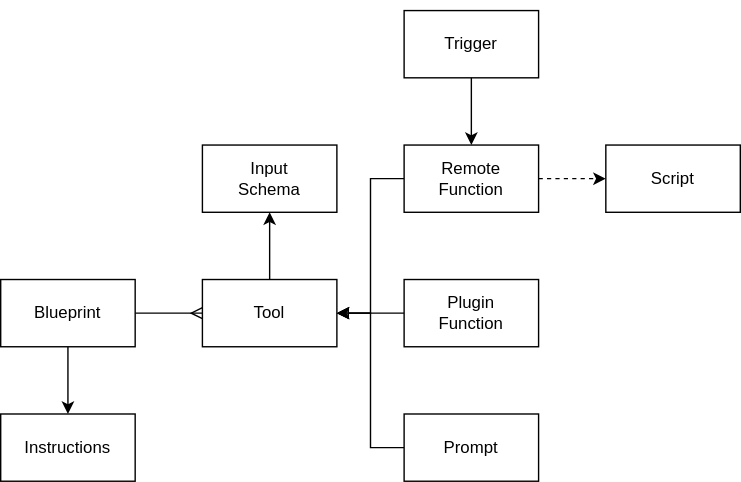
Before: packages/core/blueprints/docs/blueprints.drawio.svg, a diagram exported from draw.io (dxos/dxos). Source tidied: cells renumbered, new cells last; positions are measured from the earlier drawing's top-left corner, leaving out a move shared by most shapes.
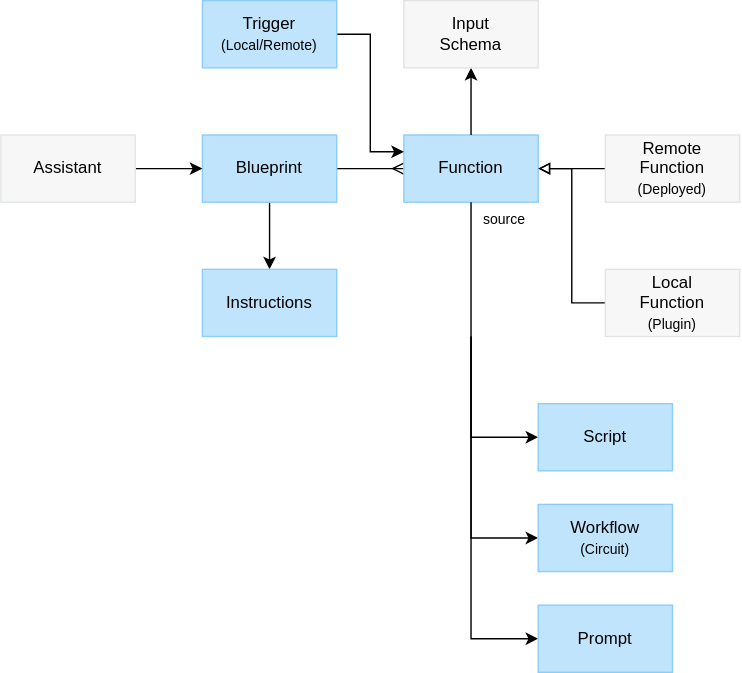
The same diagram one commit later.

Change to the diagram source:
```diff
@@ -2,66 +2,99 @@
   <root>
     <mxCell id="0" />
     <mxCell id="1" parent="0" />
-    <mxCell id="2" style="edgeStyle=none;html=1;exitX=1;exitY=0.5;exitDx=0;exitDy=0;endArrow=ERmany;endFill=0;" parent="1" edge="1" source="4" target="13">
+    <mxCell id="2" style="edgeStyle=none;html=1;exitX=1;exitY=0.5;exitDx=0;exitDy=0;endArrow=ERmany;endFill=0;" parent="1" edge="1" source="4" target="6">
       <mxGeometry relative="1" as="geometry" />
     </mxCell>
     <mxCell id="3" style="edgeStyle=none;html=1;exitX=0.5;exitY=1;exitDx=0;exitDy=0;" parent="1" edge="1" source="4" target="14">
       <mxGeometry relative="1" as="geometry" />
     </mxCell>
-    <mxCell id="4" value="Blueprint" style="rounded=0;whiteSpace=wrap;html=1;" parent="1" vertex="1">
-      <mxGeometry y="192" width="96" height="48" as="geometry" />
+    <mxCell id="4" value="Blueprint" style="rounded=0;whiteSpace=wrap;html=1;fillColor=#C0E4FC;fontColor=#000000;strokeColor=#8DCDFA;" parent="1" vertex="1">
+      <mxGeometry x="144" y="192" width="96" height="48" as="geometry" />
     </mxCell>
-    <mxCell id="5" style="edgeStyle=none;html=1;exitX=0;exitY=0.5;exitDx=0;exitDy=0;endArrow=block;endFill=0;" parent="1" edge="1" source="6" target="13">
-      <mxGeometry relative="1" as="geometry" />
-    </mxCell>
-    <mxCell id="6" value="&lt;div&gt;Plugin&lt;/div&gt;Function" style="rounded=0;whiteSpace=wrap;html=1;" parent="1" vertex="1">
+    <mxCell id="6" value="&lt;div&gt;&lt;span style=&quot;background-color: transparent;&quot;&gt;Function&lt;/span&gt;&lt;/div&gt;" style="rounded=0;whiteSpace=wrap;html=1;fillColor=#C0E4FC;fontColor=#000000;strokeColor=#8DCDFA;" parent="1" vertex="1">
       <mxGeometry x="288" y="192" width="96" height="48" as="geometry" />
     </mxCell>
-    <mxCell id="7" style="edgeStyle=none;html=1;" parent="1" edge="1" source="13" target="12">
+    <mxCell id="7" style="edgeStyle=none;html=1;" parent="1" edge="1" source="6" target="12">
       <mxGeometry relative="1" as="geometry" />
     </mxCell>
-    <mxCell id="8" style="edgeStyle=none;html=1;exitX=0;exitY=0.5;exitDx=0;exitDy=0;entryX=1;entryY=0.5;entryDx=0;entryDy=0;endArrow=block;endFill=0;rounded=0;curved=0;" parent="1" edge="1" source="9" target="13">
-      <mxGeometry relative="1" as="geometry">
-        <Array as="points">
-          <mxPoint x="264" y="312" />
-          <mxPoint x="264" y="216" />
-        </Array>
-      </mxGeometry>
-    </mxCell>
-    <mxCell id="9" value="Prompt" style="rounded=0;whiteSpace=wrap;html=1;" parent="1" vertex="1">
-      <mxGeometry x="288" y="288" width="96" height="48" as="geometry" />
-    </mxCell>
+    <mxCell id="19" style="edgeStyle=none;html=1;exitX=0.5;exitY=1;exitDx=0;exitDy=0;entryX=0;entryY=0.5;entryDx=0;entryDy=0;rounded=0;curved=0;" parent="1" edge="1" target="9">
+      <mxGeometry relative="1" as="geometry">
+        <mxPoint x="336" y="336" as="sourcePoint" />
+        <Array as="points">
+          <mxPoint x="336" y="552" />
+        </Array>
+      </mxGeometry>
+    </mxCell>
+    <mxCell id="20" style="edgeStyle=none;html=1;exitX=0.5;exitY=1;exitDx=0;exitDy=0;entryX=0;entryY=0.5;entryDx=0;entryDy=0;rounded=0;curved=0;" parent="1" edge="1" target="15">
+      <mxGeometry relative="1" as="geometry">
+        <mxPoint x="336" y="336" as="sourcePoint" />
+        <Array as="points">
+          <mxPoint x="336" y="408" />
+        </Array>
+      </mxGeometry>
+    </mxCell>
+    <mxCell id="21" style="edgeStyle=none;html=1;entryX=0;entryY=0.5;entryDx=0;entryDy=0;rounded=0;curved=0;" parent="1" edge="1" source="6" target="26">
+      <mxGeometry relative="1" as="geometry">
+        <Array as="points">
+          <mxPoint x="336" y="480" />
+        </Array>
+      </mxGeometry>
+    </mxCell>
-    <mxCell id="10" style="edgeStyle=none;html=1;exitX=0.5;exitY=0;exitDx=0;exitDy=0;" parent="1" edge="1" source="11" target="18">
-      <mxGeometry relative="1" as="geometry" />
+    <mxCell id="10" style="edgeStyle=none;html=1;entryX=0;entryY=0.25;entryDx=0;entryDy=0;rounded=0;curved=0;" parent="1" edge="1" source="11" target="6">
+      <mxGeometry relative="1" as="geometry">
+        <Array as="points">
+          <mxPoint x="264" y="120" />
+          <mxPoint x="264" y="204" />
+        </Array>
+      </mxGeometry>
     </mxCell>
-    <mxCell id="11" value="Trigger" style="rounded=0;whiteSpace=wrap;html=1;" parent="1" vertex="1">
-      <mxGeometry x="288" width="96" height="48" as="geometry" />
+    <mxCell id="11" value="Trigger&lt;br&gt;&lt;font style=&quot;font-size: 10px;&quot;&gt;(Local/Remote)&lt;/font&gt;" style="rounded=0;whiteSpace=wrap;html=1;fillColor=#C0E4FC;fontColor=#000000;strokeColor=#8DCDFA;" parent="1" vertex="1">
+      <mxGeometry x="144" y="96" width="96" height="48" as="geometry" />
     </mxCell>
-    <mxCell id="12" value="Input&lt;div&gt;Schema&lt;/div&gt;" style="rounded=0;whiteSpace=wrap;html=1;" parent="1" vertex="1">
-      <mxGeometry x="144" y="96" width="96" height="48" as="geometry" />
+    <mxCell id="12" value="Input&lt;div&gt;Schema&lt;/div&gt;" style="rounded=0;whiteSpace=wrap;html=1;fillColor=#F7F7F7;fontColor=#000000;strokeColor=#E1E4E6;" parent="1" vertex="1">
+      <mxGeometry x="288" y="96" width="96" height="48" as="geometry" />
     </mxCell>
-    <mxCell id="13" value="Tool" style="rounded=0;whiteSpace=wrap;html=1;" parent="1" vertex="1">
-      <mxGeometry x="144" y="192" width="96" height="48" as="geometry" />
-    </mxCell>
-    <mxCell id="14" value="Instructions" style="rounded=0;whiteSpace=wrap;html=1;" parent="1" vertex="1">
-      <mxGeometry y="288" width="96" height="48" as="geometry" />
+    <mxCell id="14" value="Instructions" style="rounded=0;whiteSpace=wrap;html=1;fillColor=#C0E4FC;fontColor=#000000;strokeColor=#8DCDFA;" parent="1" vertex="1">
+      <mxGeometry x="144" y="288" width="96" height="48" as="geometry" />
     </mxCell>
-    <mxCell id="15" value="Script" style="rounded=0;whiteSpace=wrap;html=1;" parent="1" vertex="1">
-      <mxGeometry x="432" y="96" width="96" height="48" as="geometry" />
+    <mxCell id="15" value="Script" style="rounded=0;whiteSpace=wrap;html=1;fillColor=#C0E4FC;fontColor=#000000;strokeColor=#8DCDFA;" parent="1" vertex="1">
+      <mxGeometry x="384" y="384" width="96" height="48" as="geometry" />
     </mxCell>
-    <mxCell id="16" style="edgeStyle=none;html=1;exitX=0;exitY=0.5;exitDx=0;exitDy=0;entryX=1;entryY=0.5;entryDx=0;entryDy=0;rounded=0;curved=0;" parent="1" edge="1" source="18" target="13">
-      <mxGeometry relative="1" as="geometry">
-        <Array as="points">
-          <mxPoint x="264" y="120" />
-          <mxPoint x="264" y="216" />
-        </Array>
-      </mxGeometry>
-    </mxCell>
-    <mxCell id="17" style="edgeStyle=none;html=1;exitX=1;exitY=0.5;exitDx=0;exitDy=0;dashed=1;" parent="1" edge="1" source="18" target="15">
-      <mxGeometry relative="1" as="geometry" />
-    </mxCell>
-    <mxCell id="18" value="Remote&lt;br&gt;Function" style="rounded=0;whiteSpace=wrap;html=1;" parent="1" vertex="1">
-      <mxGeometry x="288" y="96" width="96" height="48" as="geometry" />
-    </mxCell>
+    <mxCell id="22" style="edgeStyle=none;html=1;exitX=0;exitY=0.5;exitDx=0;exitDy=0;entryX=1;entryY=0.5;entryDx=0;entryDy=0;rounded=0;curved=0;endArrow=block;endFill=0;" parent="1" edge="1" source="23" target="6">
+      <mxGeometry relative="1" as="geometry">
+        <Array as="points">
+          <mxPoint x="408" y="216" />
+        </Array>
+      </mxGeometry>
+    </mxCell>
+    <mxCell id="23" value="Remote&lt;br&gt;Function&lt;br&gt;&lt;font style=&quot;font-size: 10px;&quot;&gt;(Deployed)&lt;/font&gt;" style="rounded=0;whiteSpace=wrap;html=1;fillColor=#F7F7F7;fontColor=#000000;strokeColor=#E1E4E6;" parent="1" vertex="1">
+      <mxGeometry x="432" y="192" width="96" height="48" as="geometry" />
+    </mxCell>
+    <mxCell id="24" style="edgeStyle=none;html=1;exitX=0;exitY=0.5;exitDx=0;exitDy=0;entryX=1;entryY=0.5;entryDx=0;entryDy=0;rounded=0;curved=0;endArrow=block;endFill=0;" parent="1" edge="1" source="25" target="6">
+      <mxGeometry relative="1" as="geometry">
+        <Array as="points">
+          <mxPoint x="408" y="312" />
+          <mxPoint x="408" y="216" />
+        </Array>
+      </mxGeometry>
+    </mxCell>
+    <mxCell id="25" value="Local&lt;br&gt;Function&lt;br&gt;&lt;font style=&quot;font-size: 10px;&quot;&gt;(Plugin)&lt;/font&gt;" style="rounded=0;whiteSpace=wrap;html=1;fillColor=#F7F7F7;fontColor=#000000;strokeColor=#E1E4E6;" parent="1" vertex="1">
+      <mxGeometry x="432" y="288" width="96" height="48" as="geometry" />
+    </mxCell>
+    <mxCell id="26" value="Workflow&lt;div&gt;&lt;font style=&quot;font-size: 10px;&quot;&gt;(Circuit)&lt;/font&gt;&lt;/div&gt;" style="rounded=0;whiteSpace=wrap;html=1;fillColor=#C0E4FC;fontColor=#000000;strokeColor=#8DCDFA;" parent="1" vertex="1">
+      <mxGeometry x="384" y="456" width="96" height="48" as="geometry" />
+    </mxCell>
+    <mxCell id="27" style="edgeStyle=none;html=1;exitX=1;exitY=0.5;exitDx=0;exitDy=0;" parent="1" edge="1" source="28" target="4">
+      <mxGeometry relative="1" as="geometry" />
+    </mxCell>
+    <mxCell id="28" value="Assistant" style="rounded=0;whiteSpace=wrap;html=1;fillColor=#F7F7F7;fontColor=#000000;strokeColor=#E1E4E6;" parent="1" vertex="1">
+      <mxGeometry y="192" width="96" height="48" as="geometry" />
+    </mxCell>
+    <mxCell id="9" value="Prompt" style="rounded=0;whiteSpace=wrap;html=1;fillColor=#C0E4FC;fontColor=#000000;strokeColor=#8DCDFA;" parent="1" vertex="1">
+      <mxGeometry x="384" y="528" width="96" height="48" as="geometry" />
+    </mxCell>
+    <mxCell id="29" value="source" style="rounded=0;whiteSpace=wrap;html=1;fillColor=none;fontColor=#000000;strokeColor=none;fontSize=10;" parent="1" vertex="1">
+      <mxGeometry x="336" y="240" width="48" height="24" as="geometry" />
+    </mxCell>
   </root>
 </mxGraphModel>
```
